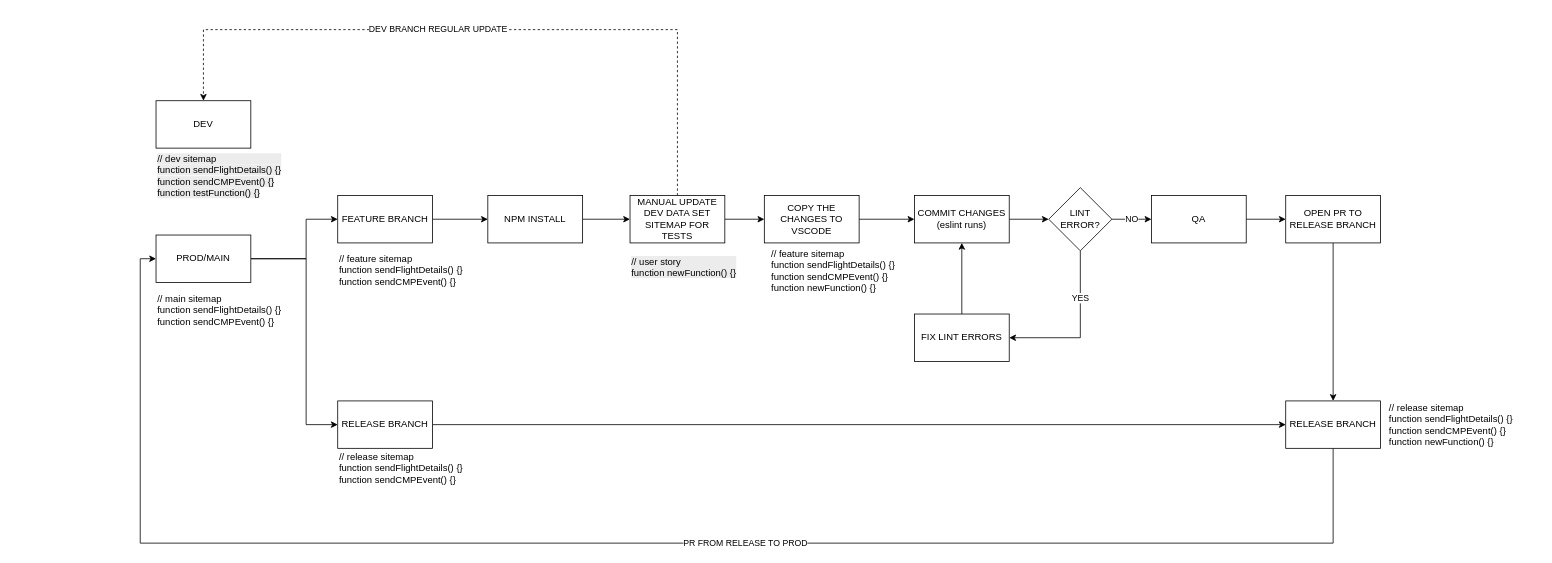
Earlier version of the draw.io diagram mcp-ci-flow.drawio (pettll/diagrams). Source tidied: cells renumbered, new cells numbered last; positions are measured from the earlier drawing's top-left corner, leaving out a move shared by most shapes. Both pictures are drawn from the tidied source at 79%, with x=0, y=0 at pixel (140, 29).
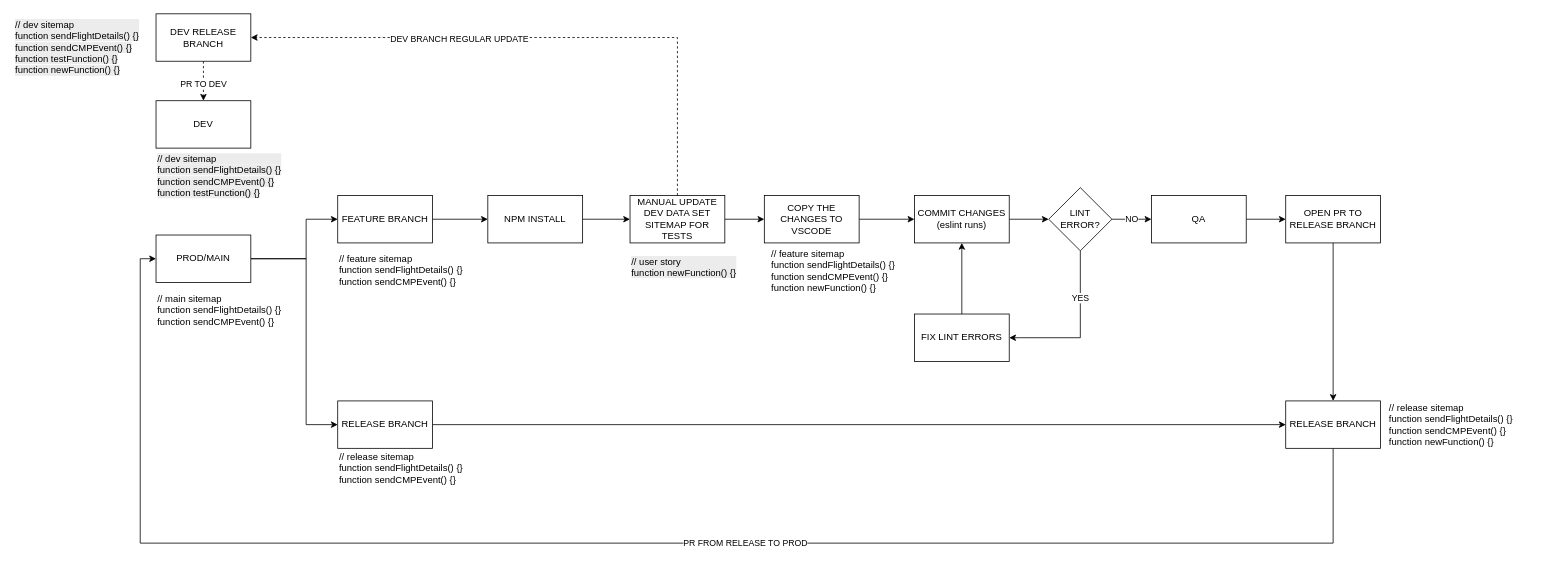
The same diagram, later.

Unchanged cells that the change refers to:
```xml
<mxCell id="2" value="DEV" style="rounded=0;whiteSpace=wrap;html=1;" parent="1" vertex="1">
  <mxGeometry x="20" y="90" width="120" height="60" as="geometry" />
</mxCell>
<mxCell id="14" value="MANUAL UPDATE DEV DATA SET SITEMAP FOR TESTS" style="rounded=0;whiteSpace=wrap;html=1;" parent="1" vertex="1">
  <mxGeometry x="620" y="210" width="120" height="60" as="geometry" />
</mxCell>
```

Change to the diagram source:
```diff
@@
-    <mxCell id="12" value="DEV BRANCH REGULAR UPDATE" style="edgeStyle=orthogonalEdgeStyle;rounded=0;jettySize=auto;html=1;entryX=0.5;entryY=0;entryDx=0;entryDy=0;exitX=0.5;exitY=0;exitDx=0;exitDy=0;dashed=1;" parent="1" edge="1" source="14" target="2">
-      <mxGeometry x="0.14" relative="1" as="geometry">
-        <Array as="points">
-          <mxPoint x="680" />
-          <mxPoint x="80" />
-        </Array>
-      </mxGeometry>
+    <mxCell id="12" value="PR TO DEV" style="edgeStyle=orthogonalEdgeStyle;rounded=0;jettySize=auto;html=1;entryX=0.5;entryY=0;entryDx=0;entryDy=0;exitX=0.5;exitY=1;exitDx=0;exitDy=0;dashed=1;" parent="1" edge="1" source="39" target="2">
+      <mxGeometry x="0.14" relative="1" as="geometry" />
     </mxCell>
@@
+    <mxCell id="37" style="edgeStyle=orthogonalEdgeStyle;rounded=0;jettySize=auto;html=1;entryX=1;entryY=0.5;entryDx=0;entryDy=0;exitX=0.5;exitY=0;exitDx=0;exitDy=0;dashed=1;" parent="1" edge="1" source="14" target="39">
+      <mxGeometry x="0.14" relative="1" as="geometry">
+        <Array as="points">
+          <mxPoint x="680" y="10" />
+        </Array>
+      </mxGeometry>
+    </mxCell>
+    <mxCell id="38" value="DEV BRANCH REGULAR UPDATE" style="edgeLabel;html=1;align=center;verticalAlign=middle;" parent="37" vertex="1">
+      <mxGeometry x="0.29" y="1" relative="1" as="geometry" />
+    </mxCell>
+    <mxCell id="39" value="DEV RELEASE BRANCH" style="rounded=0;whiteSpace=wrap;html=1;" parent="1" vertex="1">
+      <mxGeometry x="20" y="-20" width="120" height="60" as="geometry" />
+    </mxCell>
+    <mxCell id="40" value="&lt;div style=&quot;forced-color-adjust: none; color: rgb(0, 0, 0); font-family: Helvetica; font-size: 12px; font-style: normal; font-variant-ligatures: normal; font-variant-caps: normal; font-weight: 400; letter-spacing: normal; orphans: 2; text-align: left; text-indent: 0px; text-transform: none; widows: 2; word-spacing: 0px; -webkit-text-stroke-width: 0px; white-space: normal; background-color: rgb(236, 236, 236); text-decoration-thickness: initial; text-decoration-style: initial; text-decoration-color: initial;&quot;&gt;// dev sitemap&lt;/div&gt;&lt;span style=&quot;color: rgb(0, 0, 0); font-family: Helvetica; font-size: 12px; font-style: normal; font-variant-ligatures: normal; font-variant-caps: normal; font-weight: 400; letter-spacing: normal; orphans: 2; text-align: left; text-indent: 0px; text-transform: none; widows: 2; word-spacing: 0px; -webkit-text-stroke-width: 0px; white-space: normal; background-color: rgb(236, 236, 236); text-decoration-thickness: initial; text-decoration-style: initial; text-decoration-color: initial; float: none; display: inline !important;&quot;&gt;function sendFlightDetails() {}&lt;/span&gt;&lt;br style=&quot;forced-color-adjust: none; color: rgb(0, 0, 0); font-family: Helvetica; font-size: 12px; font-style: normal; font-variant-ligatures: normal; font-variant-caps: normal; font-weight: 400; letter-spacing: normal; orphans: 2; text-align: left; text-indent: 0px; text-transform: none; widows: 2; word-spacing: 0px; -webkit-text-stroke-width: 0px; white-space: normal; background-color: rgb(236, 236, 236); text-decoration-thickness: initial; text-decoration-style: initial; text-decoration-color: initial;&quot;&gt;&lt;span style=&quot;color: rgb(0, 0, 0); font-family: Helvetica; font-size: 12px; font-style: normal; font-variant-ligatures: normal; font-variant-caps: normal; font-weight: 400; letter-spacing: normal; orphans: 2; text-align: left; text-indent: 0px; text-transform: none; widows: 2; word-spacing: 0px; -webkit-text-stroke-width: 0px; white-space: normal; background-color: rgb(236, 236, 236); text-decoration-thickness: initial; text-decoration-style: initial; text-decoration-color: initial; float: none; display: inline !important;&quot;&gt;function sendCMPEvent() {}&lt;/span&gt;&lt;div&gt;&lt;span style=&quot;color: rgb(0, 0, 0); font-family: Helvetica; font-size: 12px; font-style: normal; font-variant-ligatures: normal; font-variant-caps: normal; font-weight: 400; letter-spacing: normal; orphans: 2; text-align: left; text-indent: 0px; text-transform: none; widows: 2; word-spacing: 0px; -webkit-text-stroke-width: 0px; white-space: normal; background-color: rgb(236, 236, 236); text-decoration-thickness: initial; text-decoration-style: initial; text-decoration-color: initial; float: none; display: inline !important;&quot;&gt;function testFunction() {}&lt;/span&gt;&lt;/div&gt;&lt;div&gt;&lt;span style=&quot;color: rgb(0, 0, 0); font-family: Helvetica; font-size: 12px; font-style: normal; font-variant-ligatures: normal; font-variant-caps: normal; font-weight: 400; letter-spacing: normal; orphans: 2; text-align: left; text-indent: 0px; text-transform: none; widows: 2; word-spacing: 0px; -webkit-text-stroke-width: 0px; white-space: normal; background-color: rgb(236, 236, 236); text-decoration-thickness: initial; text-decoration-style: initial; text-decoration-color: initial; float: none; display: inline !important;&quot;&gt;function newFunction() {}&lt;/span&gt;&lt;/div&gt;" style="text;whiteSpace=wrap;html=1;" parent="1" vertex="1">
+      <mxGeometry x="-160" y="-20" width="190" height="70" as="geometry" />
+    </mxCell>
```
